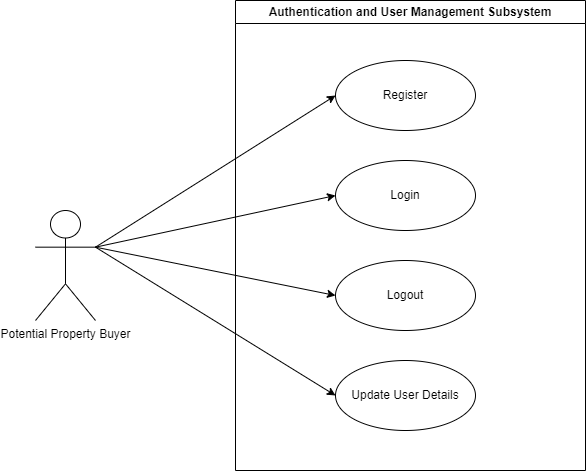
This is diagrams/use-case diagrams/exports/user-authentication-usecase.png from COS301-SE-2023/EstateMatch, a draw.io export, as it was before one commit. Source tidied: cells renumbered, new cells last; positions are measured from the earlier drawing's top-left corner, leaving out a move shared by most shapes.
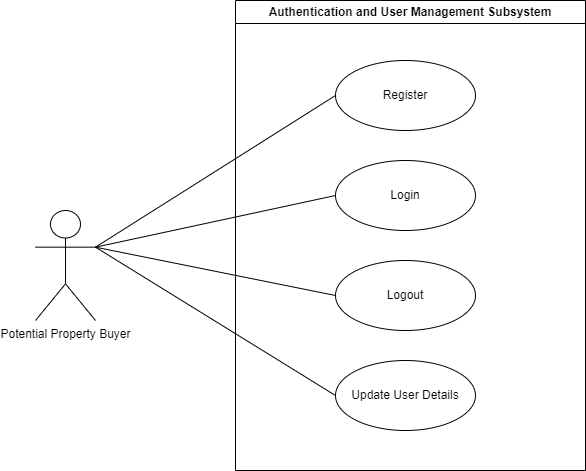
After the change.

Commit message:
📝 (diagrams) Updated usecase exports

The edit, as a diff of the source:
```diff
@@ -2,16 +2,16 @@
   <root>
     <mxCell id="0" />
     <mxCell id="1" parent="0" />
-    <mxCell id="2" style="edgeStyle=none;html=1;exitX=1;exitY=0.3333333333333333;exitDx=0;exitDy=0;exitPerimeter=0;entryX=0;entryY=0.5;entryDx=0;entryDy=0;" parent="1" edge="1" source="6" target="8">
+    <mxCell id="2" style="edgeStyle=none;html=1;exitX=1;exitY=0.3333333333333333;exitDx=0;exitDy=0;exitPerimeter=0;entryX=0;entryY=0.5;entryDx=0;entryDy=0;endArrow=none;endFill=0;" parent="1" edge="1" source="6" target="8">
       <mxGeometry relative="1" as="geometry" />
     </mxCell>
-    <mxCell id="3" style="edgeStyle=none;html=1;exitX=1;exitY=0.3333333333333333;exitDx=0;exitDy=0;exitPerimeter=0;entryX=0;entryY=0.5;entryDx=0;entryDy=0;" parent="1" edge="1" source="6" target="9">
+    <mxCell id="3" style="edgeStyle=none;html=1;exitX=1;exitY=0.3333333333333333;exitDx=0;exitDy=0;exitPerimeter=0;entryX=0;entryY=0.5;entryDx=0;entryDy=0;endArrow=none;endFill=0;" parent="1" edge="1" source="6" target="9">
       <mxGeometry relative="1" as="geometry" />
     </mxCell>
-    <mxCell id="4" style="edgeStyle=none;html=1;exitX=1;exitY=0.3333333333333333;exitDx=0;exitDy=0;exitPerimeter=0;entryX=0;entryY=0.5;entryDx=0;entryDy=0;" parent="1" edge="1" source="6" target="10">
+    <mxCell id="4" style="edgeStyle=none;html=1;exitX=1;exitY=0.3333333333333333;exitDx=0;exitDy=0;exitPerimeter=0;entryX=0;entryY=0.5;entryDx=0;entryDy=0;endArrow=none;endFill=0;" parent="1" edge="1" source="6" target="10">
       <mxGeometry relative="1" as="geometry" />
     </mxCell>
-    <mxCell id="5" style="edgeStyle=none;html=1;exitX=1;exitY=0.3333333333333333;exitDx=0;exitDy=0;exitPerimeter=0;entryX=0;entryY=0.5;entryDx=0;entryDy=0;" parent="1" edge="1" source="6" target="11">
+    <mxCell id="5" style="edgeStyle=none;html=1;exitX=1;exitY=0.3333333333333333;exitDx=0;exitDy=0;exitPerimeter=0;entryX=0;entryY=0.5;entryDx=0;entryDy=0;endArrow=none;endFill=0;" parent="1" edge="1" source="6" target="11">
       <mxGeometry relative="1" as="geometry" />
     </mxCell>
     <mxCell id="6" value="Potential Property Buyer" style="shape=umlActor;verticalLabelPosition=bottom;verticalAlign=top;html=1;" parent="1" vertex="1">
```
